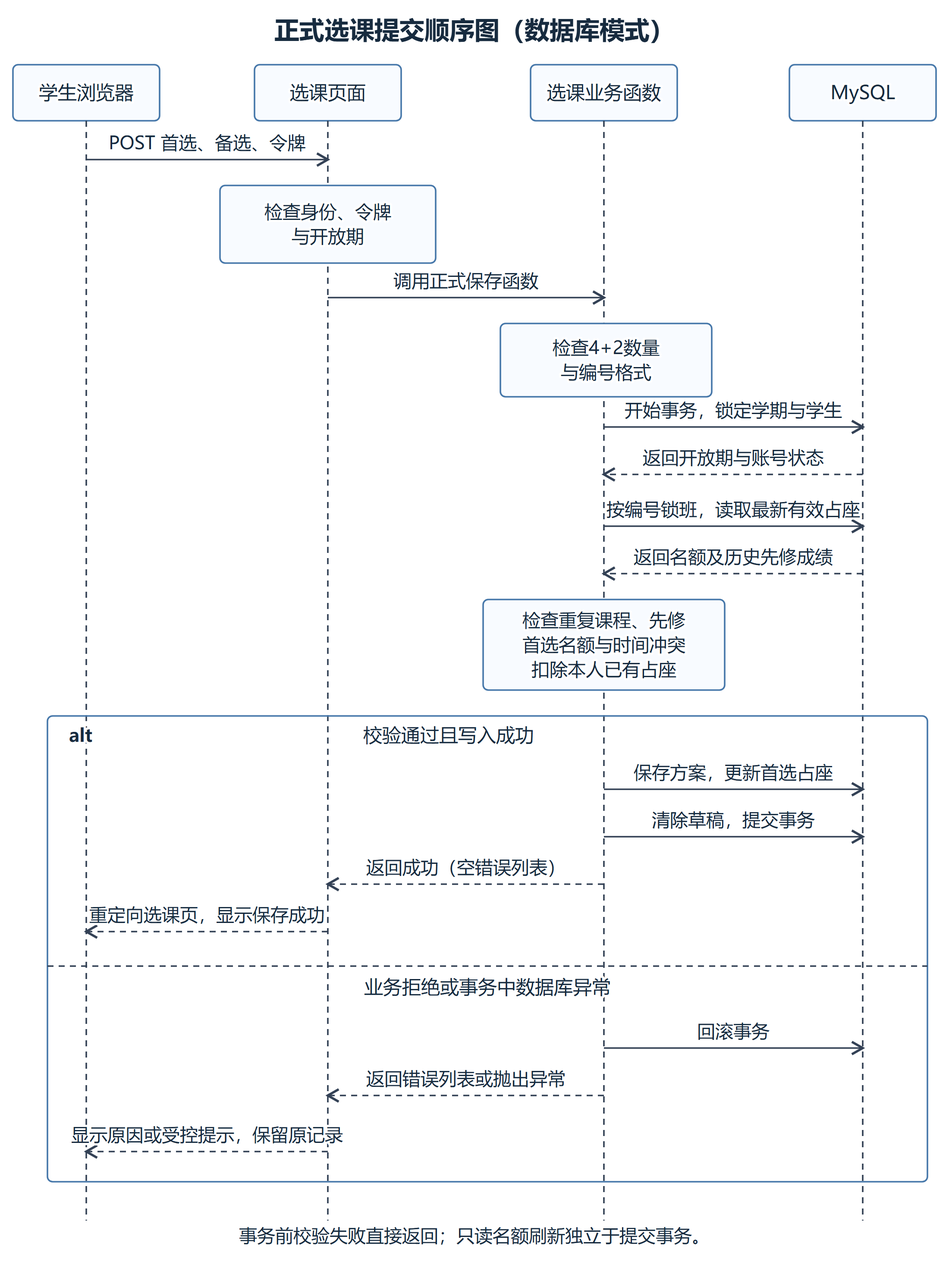
Before: 课程注册系统需求分析文档_media/选课提交顺序图.png, a diagram exported from Mermaid (jwe148/-). Its source is kept beside it as 课程注册系统需求分析文档_media/选课提交顺序图.mmd.
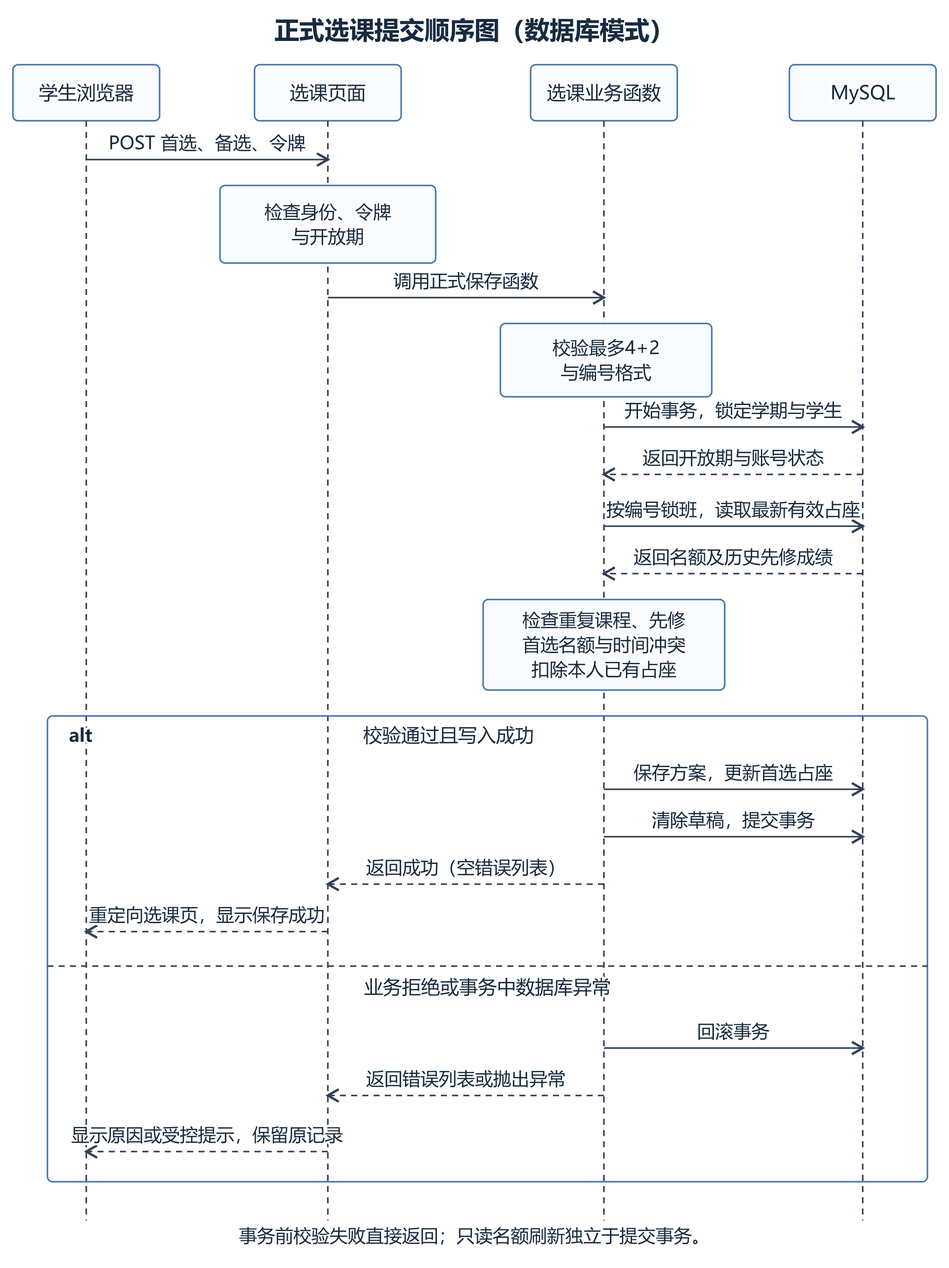
Later version of the same file.

Diff of the diagram source:
```diff
@@ -6,7 +6,7 @@
     S->>P: POST 首选、备选、令牌
     Note over P: 检查身份、令牌与开放期
     P->>B: 调用正式保存函数
-    Note over B: 检查4+2数量与编号格式（失败直接返回）
+    Note over B: 去除空项，检查最多4+2及编号格式（失败直接返回）
     B->>D: 开始事务，锁定学期与学生
     D-->>B: 返回开放期与账号状态
     B->>D: 按编号锁班，读取最新有效占座及先修成绩
```
